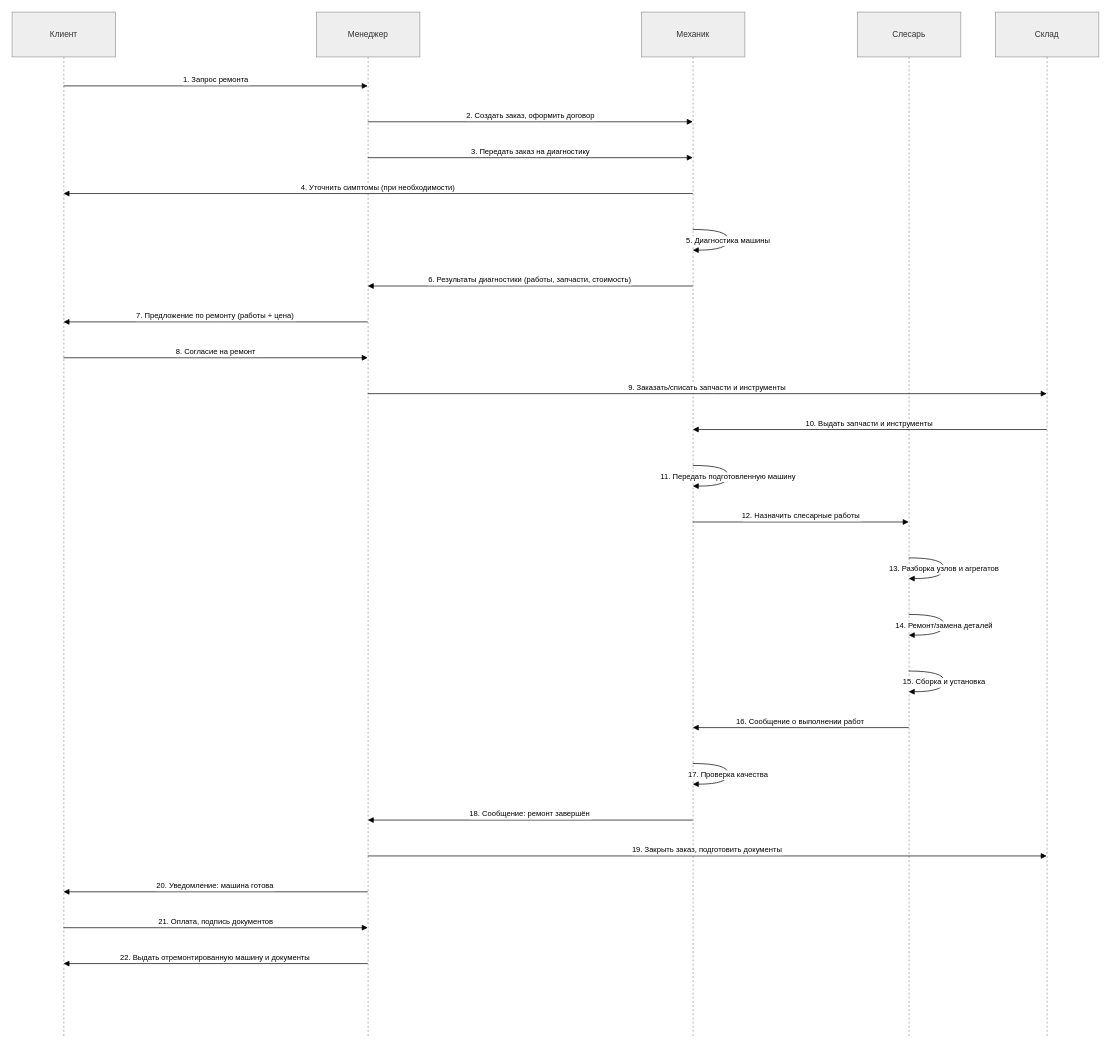
This is Курсовая/Диаграмма последовательности.drawio from Vozq1208/-, a draw.io file, before an edit. Source tidied: cells renumbered, new cells numbered last; positions are measured from the earlier drawing's top-left corner, leaving out a move shared by most shapes. Both pictures are drawn from the tidied source at 69%, with x=0, y=0 at pixel (12, 12).
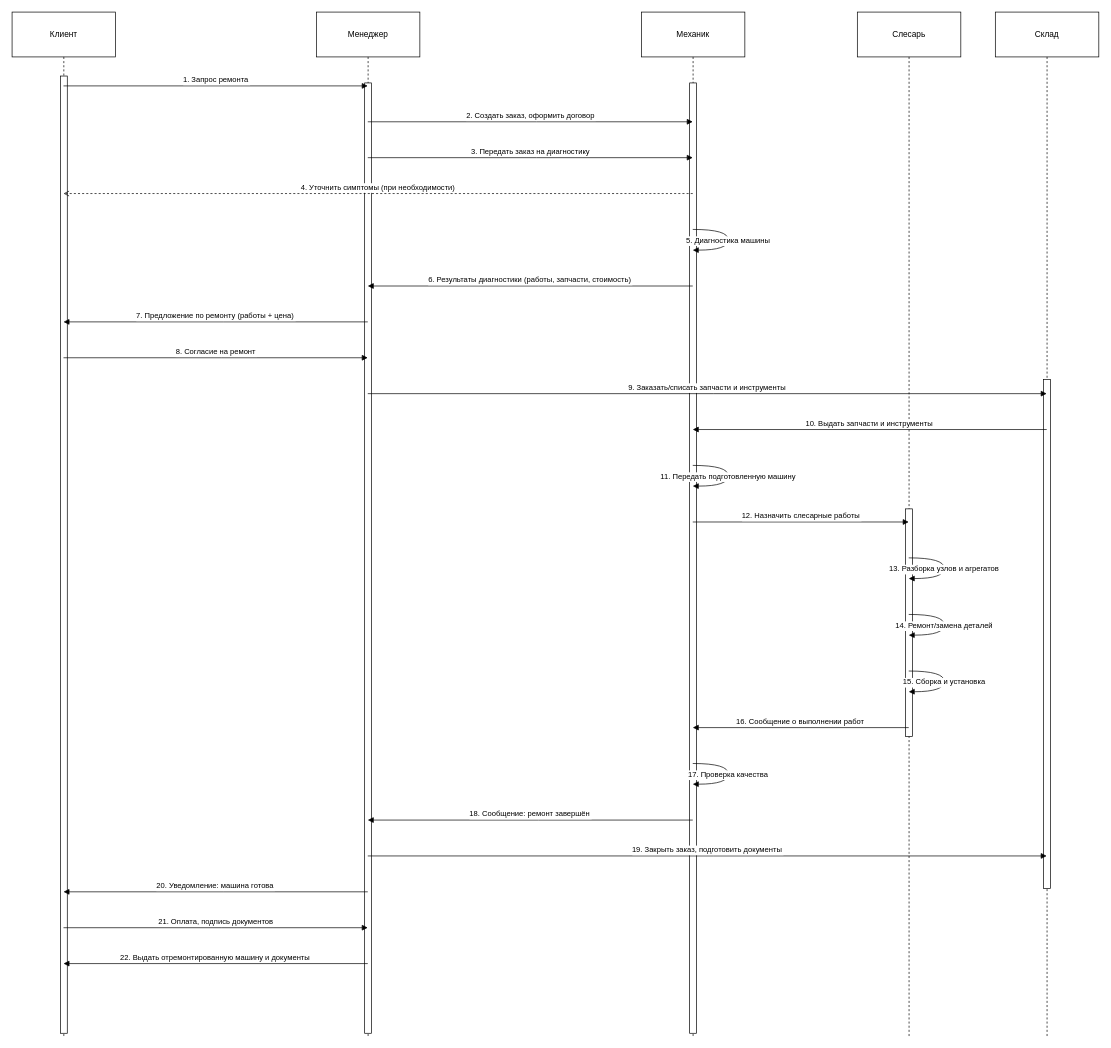
The same diagram, later.

What changed in the source:
```diff
@@
-    <mxCell id="2" value="Клиент" style="shape=umlLifeline;perimeter=lifelinePerimeter;whiteSpace=wrap;outlineConnect=0;portConstraint=eastwest;newEdgeStyle={&quot;edgeStyle&quot;:&quot;elbowEdgeStyle&quot;,&quot;elbow&quot;:&quot;vertical&quot;,&quot;curved&quot;:0,&quot;rounded&quot;:0};size=65;fillColor=light-dark(#eeeeee,#1f2020);strokeColor=light-dark(#999999,#cccccc);fontColor=light-dark(#333333,#cccccc);" parent="1" vertex="1">
+    <mxCell id="2" value="Клиент" style="shape=umlLifeline;perimeter=lifelinePerimeter;whiteSpace=wrap;outlineConnect=0;portConstraint=eastwest;newEdgeStyle={&quot;edgeStyle&quot;:&quot;elbowEdgeStyle&quot;,&quot;elbow&quot;:&quot;vertical&quot;,&quot;curved&quot;:0,&quot;rounded&quot;:0};size=65;" parent="1" vertex="1">
       <mxGeometry width="150" height="1484" as="geometry" />
     </mxCell>
+    <mxCell id="29" style="html=1;perimeter=orthogonalPerimeter;targetShapes=umlLifeline;newEdgeStyle={&quot;curved&quot;:0,&quot;rounded&quot;:0};" parent="2" vertex="1">
+      <mxGeometry x="70" y="92.7" width="10" height="1387.3" as="geometry" />
+    </mxCell>
-    <mxCell id="3" value="Менеджер" style="shape=umlLifeline;perimeter=lifelinePerimeter;whiteSpace=wrap;outlineConnect=0;portConstraint=eastwest;newEdgeStyle={&quot;edgeStyle&quot;:&quot;elbowEdgeStyle&quot;,&quot;elbow&quot;:&quot;vertical&quot;,&quot;curved&quot;:0,&quot;rounded&quot;:0};size=65;fillColor=light-dark(#eeeeee,#1f2020);strokeColor=light-dark(#999999,#cccccc);fontColor=light-dark(#333333,#cccccc);" parent="1" vertex="1">
+    <mxCell id="3" value="Менеджер" style="shape=umlLifeline;perimeter=lifelinePerimeter;whiteSpace=wrap;outlineConnect=0;portConstraint=eastwest;newEdgeStyle={&quot;edgeStyle&quot;:&quot;elbowEdgeStyle&quot;,&quot;elbow&quot;:&quot;vertical&quot;,&quot;curved&quot;:0,&quot;rounded&quot;:0};size=65;" parent="1" vertex="1">
       <mxGeometry x="441" width="150" height="1484" as="geometry" />
     </mxCell>
+    <mxCell id="30" style="html=1;perimeter=orthogonalPerimeter;targetShapes=umlLifeline;newEdgeStyle={&quot;curved&quot;:0,&quot;rounded&quot;:0};" parent="3" vertex="1">
+      <mxGeometry x="70" y="102.7" width="10" height="1377.3" as="geometry" />
+    </mxCell>
-    <mxCell id="4" value="Механик" style="shape=umlLifeline;perimeter=lifelinePerimeter;whiteSpace=wrap;outlineConnect=0;portConstraint=eastwest;newEdgeStyle={&quot;edgeStyle&quot;:&quot;elbowEdgeStyle&quot;,&quot;elbow&quot;:&quot;vertical&quot;,&quot;curved&quot;:0,&quot;rounded&quot;:0};size=65;fillColor=light-dark(#eeeeee,#1f2020);strokeColor=light-dark(#999999,#cccccc);fontColor=light-dark(#333333,#cccccc);" parent="1" vertex="1">
+    <mxCell id="4" value="Механик" style="shape=umlLifeline;perimeter=lifelinePerimeter;whiteSpace=wrap;outlineConnect=0;portConstraint=eastwest;newEdgeStyle={&quot;edgeStyle&quot;:&quot;elbowEdgeStyle&quot;,&quot;elbow&quot;:&quot;vertical&quot;,&quot;curved&quot;:0,&quot;rounded&quot;:0};size=65;" parent="1" vertex="1">
       <mxGeometry x="912" width="150" height="1484" as="geometry" />
     </mxCell>
+    <mxCell id="31" style="html=1;perimeter=orthogonalPerimeter;targetShapes=umlLifeline;newEdgeStyle={&quot;curved&quot;:0,&quot;rounded&quot;:0};" parent="4" vertex="1">
+      <mxGeometry x="70" y="102.7" width="10" height="1377.3" as="geometry" />
+    </mxCell>
-    <mxCell id="5" value="Слесарь" style="shape=umlLifeline;perimeter=lifelinePerimeter;whiteSpace=wrap;outlineConnect=0;portConstraint=eastwest;newEdgeStyle={&quot;edgeStyle&quot;:&quot;elbowEdgeStyle&quot;,&quot;elbow&quot;:&quot;vertical&quot;,&quot;curved&quot;:0,&quot;rounded&quot;:0};size=65;fillColor=light-dark(#eeeeee,#1f2020);strokeColor=light-dark(#999999,#cccccc);fontColor=light-dark(#333333,#cccccc);" parent="1" vertex="1">
+    <mxCell id="5" value="Слесарь" style="shape=umlLifeline;perimeter=lifelinePerimeter;whiteSpace=wrap;outlineConnect=0;portConstraint=eastwest;newEdgeStyle={&quot;edgeStyle&quot;:&quot;elbowEdgeStyle&quot;,&quot;elbow&quot;:&quot;vertical&quot;,&quot;curved&quot;:0,&quot;rounded&quot;:0};size=65;" parent="1" vertex="1">
       <mxGeometry x="1225" width="150" height="1484" as="geometry" />
     </mxCell>
+    <mxCell id="32" style="html=1;perimeter=orthogonalPerimeter;targetShapes=umlLifeline;newEdgeStyle={&quot;curved&quot;:0,&quot;rounded&quot;:0};" parent="5" vertex="1">
+      <mxGeometry x="70" y="720" width="10" height="330" as="geometry" />
+    </mxCell>
-    <mxCell id="6" value="Склад" style="shape=umlLifeline;perimeter=lifelinePerimeter;whiteSpace=wrap;outlineConnect=0;portConstraint=eastwest;newEdgeStyle={&quot;edgeStyle&quot;:&quot;elbowEdgeStyle&quot;,&quot;elbow&quot;:&quot;vertical&quot;,&quot;curved&quot;:0,&quot;rounded&quot;:0};size=65;fillColor=light-dark(#eeeeee,#1f2020);strokeColor=light-dark(#999999,#cccccc);fontColor=light-dark(#333333,#cccccc);" parent="1" vertex="1">
+    <mxCell id="6" value="Склад" style="shape=umlLifeline;perimeter=lifelinePerimeter;whiteSpace=wrap;outlineConnect=0;portConstraint=eastwest;newEdgeStyle={&quot;edgeStyle&quot;:&quot;elbowEdgeStyle&quot;,&quot;elbow&quot;:&quot;vertical&quot;,&quot;curved&quot;:0,&quot;rounded&quot;:0};size=65;" parent="1" vertex="1">
       <mxGeometry x="1425" width="150" height="1484" as="geometry" />
     </mxCell>
+    <mxCell id="33" style="html=1;perimeter=orthogonalPerimeter;targetShapes=umlLifeline;newEdgeStyle={&quot;curved&quot;:0,&quot;rounded&quot;:0};" parent="6" vertex="1">
+      <mxGeometry x="70" y="532.7" width="10" height="737.3" as="geometry" />
+    </mxCell>
@@
-    <mxCell id="10" value="4. Уточнить симптомы (при необходимости)" style="verticalAlign=bottom;edgeStyle=elbowEdgeStyle;elbow=vertical;curved=0;rounded=0;endArrow=block;" parent="1" edge="1" source="4" target="2">
+    <mxCell id="10" value="4. Уточнить симптомы (при необходимости)" style="verticalAlign=bottom;edgeStyle=elbowEdgeStyle;elbow=vertical;curved=0;rounded=0;endArrow=open;dashed=1;endFill=0;" parent="1" edge="1" source="4" target="2">
       <mxGeometry relative="1" as="geometry">
         <Array as="points">
           <mxPoint x="543" y="263" />
         </Array>
       </mxGeometry>
     </mxCell>
```
